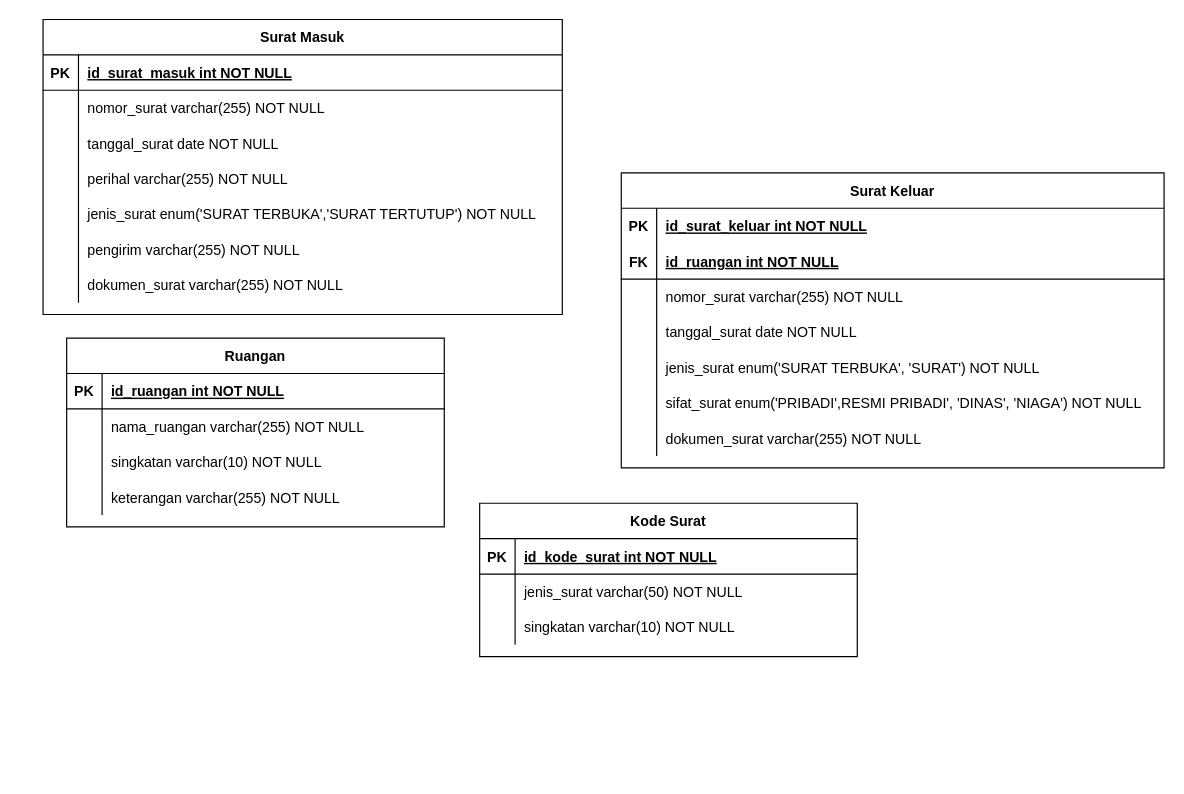
Before: Database Schema.drawio in yafizh/Surat-Masuk-Surat-Keluar, a draw.io diagram. Source tidied: cells renumbered, new cells numbered last; positions are measured from the earlier drawing's top-left corner, leaving out a move shared by most shapes. Both pictures are drawn from the tidied source at 118%, with x=0, y=0 at pixel (42, 19).
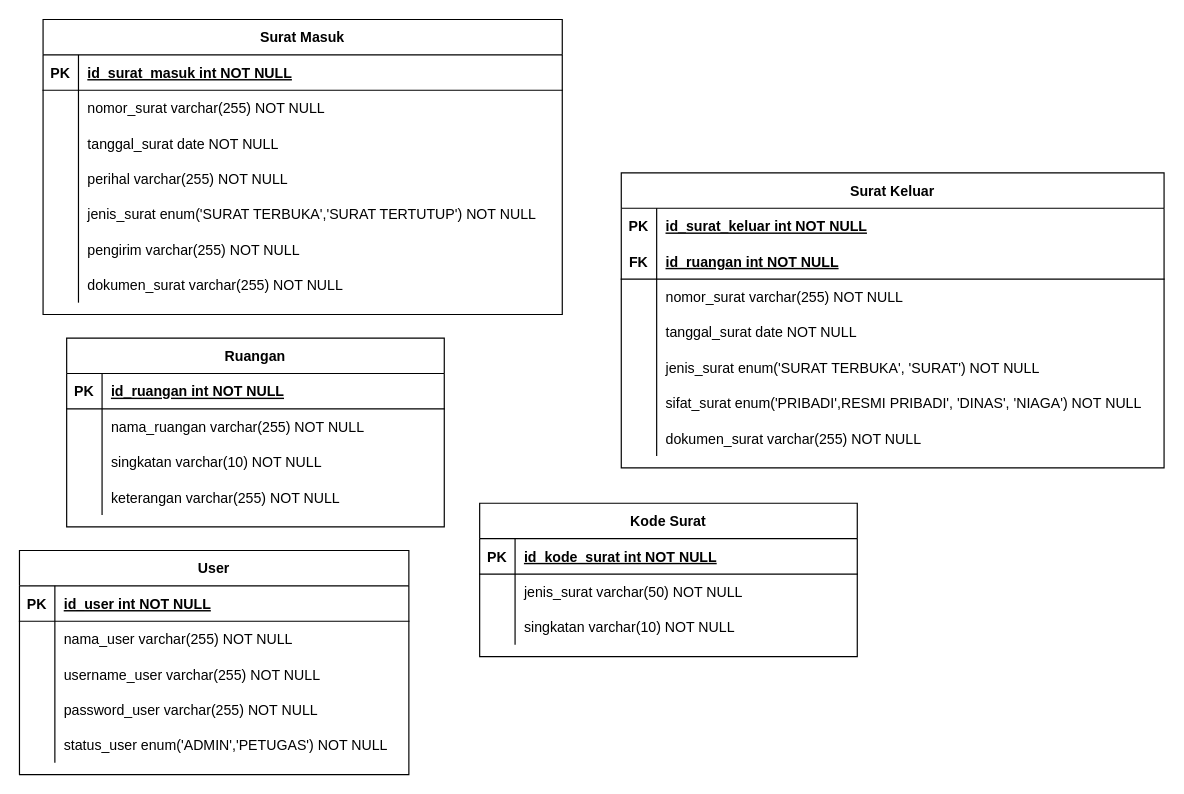
The same page after the edit.

Commit message (it also covers changes not shown here):
feature user and login

Diff of the diagram source:
```diff
@@
+    <mxCell id="69" value="User" style="shape=table;startSize=30;childLayout=tableLayout;rowLines=0;fontStyle=1;align=center;" parent="1" vertex="1">
+      <mxGeometry x="-20" y="450" width="330" height="190" as="geometry" />
+    </mxCell>
+    <mxCell id="70" style="shape=partialRectangle;fillColor=none;top=0;left=0;right=0;bottom=1;" parent="69" vertex="1">
+      <mxGeometry y="30" width="330" height="30" as="geometry" />
+    </mxCell>
+    <mxCell id="71" value="PK" style="shape=partialRectangle;overflow=hidden;fillColor=none;top=0;left=0;bottom=0;right=0;fontStyle=1;" parent="70" vertex="1">
+      <mxGeometry width="30" height="30" as="geometry" />
+    </mxCell>
+    <mxCell id="72" value="id_user int NOT NULL " style="shape=partialRectangle;overflow=hidden;fillColor=none;top=0;left=0;bottom=0;right=0;align=left;spacingLeft=6;fontStyle=5;" parent="70" vertex="1">
+      <mxGeometry x="30" width="300" height="30" as="geometry" />
+    </mxCell>
+    <mxCell id="73" style="shape=partialRectangle;fillColor=none;top=0;left=0;right=0;bottom=0;" parent="69" vertex="1">
+      <mxGeometry y="60" width="330" height="30" as="geometry" />
+    </mxCell>
+    <mxCell id="74" style="shape=partialRectangle;overflow=hidden;fillColor=none;top=0;left=0;bottom=0;right=0;" parent="73" vertex="1">
+      <mxGeometry width="30" height="30" as="geometry" />
+    </mxCell>
+    <mxCell id="75" value="nama_user varchar(255) NOT NULL" style="shape=partialRectangle;overflow=hidden;fillColor=none;top=0;left=0;bottom=0;right=0;align=left;spacingLeft=6;" parent="73" vertex="1">
+      <mxGeometry x="30" width="300" height="30" as="geometry" />
+    </mxCell>
+    <mxCell id="76" style="shape=partialRectangle;fillColor=none;top=0;left=0;right=0;bottom=0;" parent="69" vertex="1">
+      <mxGeometry y="90" width="330" height="30" as="geometry" />
+    </mxCell>
+    <mxCell id="77" style="shape=partialRectangle;overflow=hidden;fillColor=none;top=0;left=0;bottom=0;right=0;" parent="76" vertex="1">
+      <mxGeometry width="30" height="30" as="geometry" />
+    </mxCell>
+    <mxCell id="78" value="username_user varchar(255) NOT NULL" style="shape=partialRectangle;overflow=hidden;fillColor=none;top=0;left=0;bottom=0;right=0;align=left;spacingLeft=6;" parent="76" vertex="1">
+      <mxGeometry x="30" width="300" height="30" as="geometry" />
+    </mxCell>
+    <mxCell id="79" style="shape=partialRectangle;fillColor=none;top=0;left=0;right=0;bottom=0;" parent="69" vertex="1">
+      <mxGeometry y="120" width="330" height="30" as="geometry" />
+    </mxCell>
+    <mxCell id="80" style="shape=partialRectangle;overflow=hidden;fillColor=none;top=0;left=0;bottom=0;right=0;" parent="79" vertex="1">
+      <mxGeometry width="30" height="30" as="geometry" />
+    </mxCell>
+    <mxCell id="81" value="password_user varchar(255) NOT NULL" style="shape=partialRectangle;overflow=hidden;fillColor=none;top=0;left=0;bottom=0;right=0;align=left;spacingLeft=6;" parent="79" vertex="1">
+      <mxGeometry x="30" width="300" height="30" as="geometry" />
+    </mxCell>
+    <mxCell id="82" style="shape=partialRectangle;fillColor=none;top=0;left=0;right=0;bottom=0;" parent="69" vertex="1">
+      <mxGeometry y="150" width="330" height="30" as="geometry" />
+    </mxCell>
+    <mxCell id="83" style="shape=partialRectangle;overflow=hidden;fillColor=none;top=0;left=0;bottom=0;right=0;" parent="82" vertex="1">
+      <mxGeometry width="30" height="30" as="geometry" />
+    </mxCell>
+    <mxCell id="84" value="status_user enum('ADMIN','PETUGAS') NOT NULL" style="shape=partialRectangle;overflow=hidden;fillColor=none;top=0;left=0;bottom=0;right=0;align=left;spacingLeft=6;" parent="82" vertex="1">
+      <mxGeometry x="30" width="300" height="30" as="geometry" />
+    </mxCell>
```
